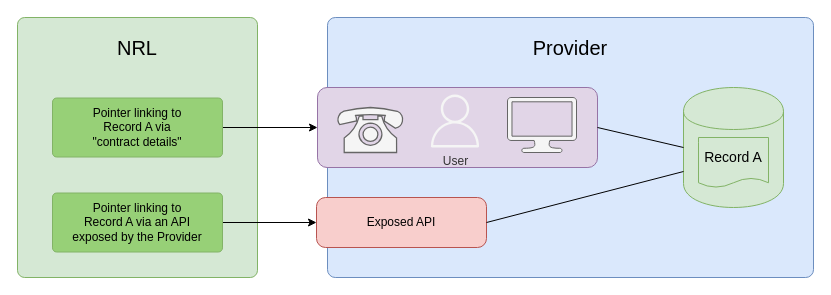
This is images/architecture/pointer_type_overview.drawio from nhsconnect/FHIR-NRLS-API, a draw.io file, before an edit. Source tidied: cells renumbered, new cells numbered last; positions are measured from the earlier drawing's top-left corner, leaving out a move shared by most shapes. Both pictures are drawn from the tidied source at 100%, with x=0, y=0 at pixel (17, 17).
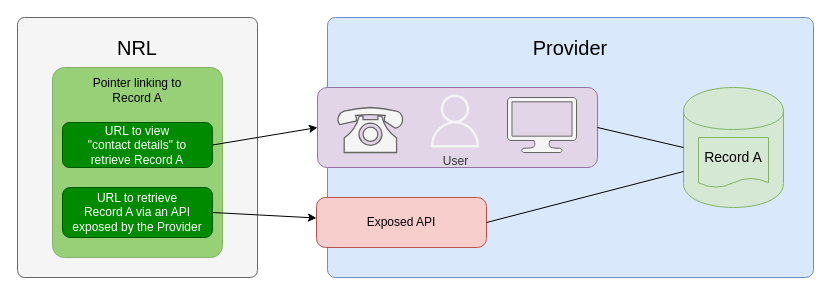
The same diagram, later.

Commit message (it also covers changes not shown here):
Updated pointer overview page following review

Diff of the diagram source:
```diff
@@
 <mxGraphModel>
   <root>
     <mxCell id="0" />
     <mxCell id="1" parent="0" />
-    <mxCell id="2" style="rounded=1;whiteSpace=wrap;html=1;arcSize=3;fillColor=#d5e8d4;strokeColor=#82b366;" parent="1" vertex="1">
+    <mxCell id="2" style="rounded=1;whiteSpace=wrap;html=1;arcSize=3;fillColor=#f5f5f5;strokeColor=#666666;fontColor=#333333;" parent="1" vertex="1">
       <mxGeometry width="240" height="260" as="geometry" />
     </mxCell>
+    <mxCell id="16" value="Pointer linking to&lt;br&gt;Record A &lt;br&gt;&lt;br&gt;&lt;br&gt;&lt;br&gt;&lt;br&gt;&lt;br&gt;&lt;br&gt;&lt;br&gt;&lt;br&gt;&lt;br&gt;&lt;br&gt;" style="rounded=1;whiteSpace=wrap;html=1;arcSize=7;fillColor=#97D077;strokeColor=#82b366;" parent="1" vertex="1">
+      <mxGeometry x="35" y="50" width="170" height="190" as="geometry" />
+    </mxCell>
     <mxCell id="3" style="rounded=1;whiteSpace=wrap;html=1;arcSize=3;fillColor=#dae8fc;strokeColor=#6c8ebf;" parent="1" vertex="1">
       <mxGeometry x="310" width="486" height="260" as="geometry" />
     </mxCell>
     <mxCell id="4" value="NRL" style="text;html=1;strokeColor=none;fillColor=none;align=center;verticalAlign=middle;whiteSpace=wrap;rounded=0;fontSize=20;" parent="1" vertex="1">
       <mxGeometry x="90" y="20" width="60" height="20" as="geometry" />
     </mxCell>
     <mxCell id="5" value="Provider" style="text;html=1;strokeColor=none;fillColor=none;align=center;verticalAlign=middle;whiteSpace=wrap;rounded=0;fontSize=20;" parent="1" vertex="1">
       <mxGeometry x="483" y="20" width="140" height="20" as="geometry" />
     </mxCell>
     <mxCell id="6" style="shape=cylinder;whiteSpace=wrap;html=1;boundedLbl=1;backgroundOutline=1;fontSize=20;fillColor=#d5e8d4;strokeColor=#82b366;" parent="1" vertex="1">
       <mxGeometry x="666" y="70" width="100" height="120" as="geometry" />
     </mxCell>
     <mxCell id="7" value="Record A" style="shape=document;whiteSpace=wrap;html=1;boundedLbl=1;fontSize=14;fillColor=#d5e8d4;strokeColor=#82b366;size=0.19;" parent="1" vertex="1">
       <mxGeometry x="681" y="120" width="70" height="50" as="geometry" />
     </mxCell>
     <mxCell id="8" value="Exposed API" style="rounded=1;whiteSpace=wrap;html=1;arcSize=18;fillColor=#f8cecc;strokeColor=#b85450;" parent="1" vertex="1">
       <mxGeometry x="299" y="180" width="170" height="50" as="geometry" />
     </mxCell>
     <mxCell id="9" style="endArrow=none;startArrow=none;html=1;fontSize=14;exitX=1;exitY=0.5;exitDx=0;exitDy=0;entryX=0;entryY=0.7;entryDx=0;entryDy=0;startFill=0;endFill=0;" parent="1" edge="1" source="8" target="6">
       <mxGeometry relative="1" as="geometry" />
     </mxCell>
     <mxCell id="10" style="rounded=1;whiteSpace=wrap;html=1;arcSize=12;fillColor=#e1d5e7;strokeColor=#9673a6;" parent="1" vertex="1">
       <mxGeometry x="300" y="70" width="280" height="80" as="geometry" />
     </mxCell>
     <mxCell id="11" style="verticalAlign=top;verticalLabelPosition=bottom;labelPosition=center;align=center;html=1;gradientDirection=north;strokeWidth=2;shape=mxgraph.networks.phone_1;fillColor=#f5f5f5;strokeColor=#666666;fontColor=#333333;" parent="1" vertex="1">
       <mxGeometry x="320" y="90" width="66" height="45" as="geometry" />
     </mxCell>
     <mxCell id="12" value="User" style="fontColor=#333333;fillColor=#f5f5f5;strokeColor=#666666;dashed=0;verticalLabelPosition=bottom;verticalAlign=top;align=center;html=1;fontSize=12;fontStyle=0;shape=mxgraph.aws4.user;" parent="1" vertex="1">
       <mxGeometry x="411" y="77" width="53" height="53" as="geometry" />
     </mxCell>
     <mxCell id="13" style="shadow=0;dashed=0;html=1;strokeColor=#666666;fillColor=#f5f5f5;labelPosition=center;verticalLabelPosition=bottom;verticalAlign=top;align=center;shape=mxgraph.office.devices.lcd_monitor;fontSize=14;fontColor=#333333;" parent="1" vertex="1">
       <mxGeometry x="490" y="80" width="69" height="55" as="geometry" />
     </mxCell>
     <mxCell id="14" style="endArrow=none;startArrow=none;html=1;fontSize=14;exitX=1;exitY=0.5;exitDx=0;exitDy=0;entryX=0;entryY=0.5;entryDx=0;entryDy=0;startFill=0;endFill=0;" parent="1" edge="1" source="10" target="6">
       <mxGeometry relative="1" as="geometry" />
     </mxCell>
-    <mxCell id="15" style="edgeStyle=none;rounded=0;jettySize=auto;html=1;exitX=1;exitY=0.5;exitDx=0;exitDy=0;entryX=0;entryY=0.5;entryDx=0;entryDy=0;fontSize=14;" parent="1" edge="1" source="16" target="10">
+    <mxCell id="15" style="edgeStyle=none;rounded=0;jettySize=auto;html=1;exitX=1;exitY=0.5;exitDx=0;exitDy=0;entryX=0;entryY=0.5;entryDx=0;entryDy=0;fontSize=14;" parent="1" edge="1" source="19" target="10">
       <mxGeometry relative="1" as="geometry" />
     </mxCell>
-    <mxCell id="16" value="Pointer linking to&lt;br&gt;Record A via&lt;br&gt;&quot;contract details&quot;" style="rounded=1;whiteSpace=wrap;html=1;arcSize=7;fillColor=#97D077;strokeColor=#82b366;" parent="1" vertex="1">
-      <mxGeometry x="35" y="80.5" width="170" height="59" as="geometry" />
-    </mxCell>
-    <mxCell id="17" style="edgeStyle=none;rounded=0;jettySize=auto;html=1;exitX=1;exitY=0.5;exitDx=0;exitDy=0;fontSize=14;" parent="1" edge="1" source="18" target="8">
+    <mxCell id="17" style="edgeStyle=none;rounded=0;jettySize=auto;html=1;exitX=1;exitY=0.5;exitDx=0;exitDy=0;fontSize=14;" parent="1" edge="1" source="20" target="8">
       <mxGeometry relative="1" as="geometry" />
     </mxCell>
-    <mxCell id="18" value="Pointer linking to&lt;br&gt;Record A via an API&lt;br&gt;exposed by the Provider" style="rounded=1;whiteSpace=wrap;html=1;arcSize=7;fillColor=#97D077;strokeColor=#82b366;" parent="1" vertex="1">
-      <mxGeometry x="35" y="175.5" width="170" height="59" as="geometry" />
-    </mxCell>
+    <mxCell id="19" value="URL to view&lt;br&gt;&quot;contact details&quot; to&lt;br&gt;retrieve Record A" style="rounded=1;whiteSpace=wrap;html=1;fillColor=#008a00;strokeColor=#005700;fontColor=#ffffff;" parent="1" vertex="1">
+      <mxGeometry x="45" y="105" width="150" height="45" as="geometry" />
+    </mxCell>
+    <mxCell id="20" value="URL to retrieve &lt;br&gt;Record A via an API exposed by the Provider" style="rounded=1;whiteSpace=wrap;html=1;fillColor=#008a00;strokeColor=#005700;fontColor=#ffffff;" parent="1" vertex="1">
+      <mxGeometry x="45" y="170" width="150" height="50" as="geometry" />
+    </mxCell>
   </root>
 </mxGraphModel>
```
